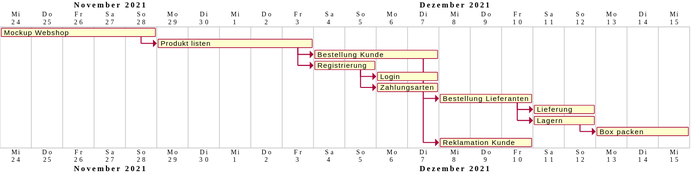
This is Fachliche_Beschreibung/plantuml/Images/Projektplan/Projektplan.svg from gflachs/MAS_Project, a PlantUML export, as it was before one commit.
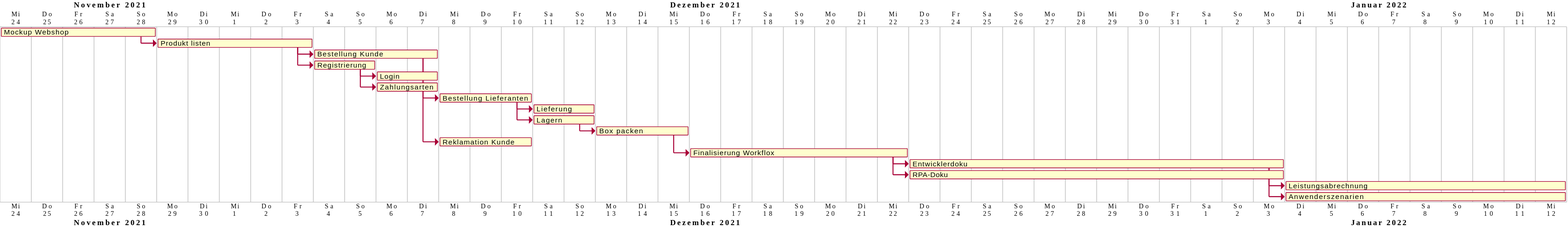
The same diagram one commit later.

Diff of the diagram source:
```diff
@@ -14,4 +14,13 @@
 [Lagern] starts at [Bestellung Lieferanten]'s end and ends 2021-12-12
 [Box packen] starts at [Lagern]'s end and ends 2021-12-15
 [Reklamation Kunde] starts at [Bestellung Kunde]'s end and ends at 2021-12-10
+[Finalisierung Workflox] starts at [Box packen]'s end and ends at 2021-12-22
+[Entwicklerdoku] starts at [Finalisierung Workflox]'s end and ends at 2022-01-03
+[RPA-Doku] starts at [Finalisierung Workflox]'s end and ends at 2022-01-03
+[Leistungsabrechnung] starts at [Entwicklerdoku]'s end and  ends at 2022-01-12
+[Anwenderszenarien] starts at [Entwicklerdoku]'s end and  ends at 2022-01-12
+
+
+
+
 @endgantt
```
